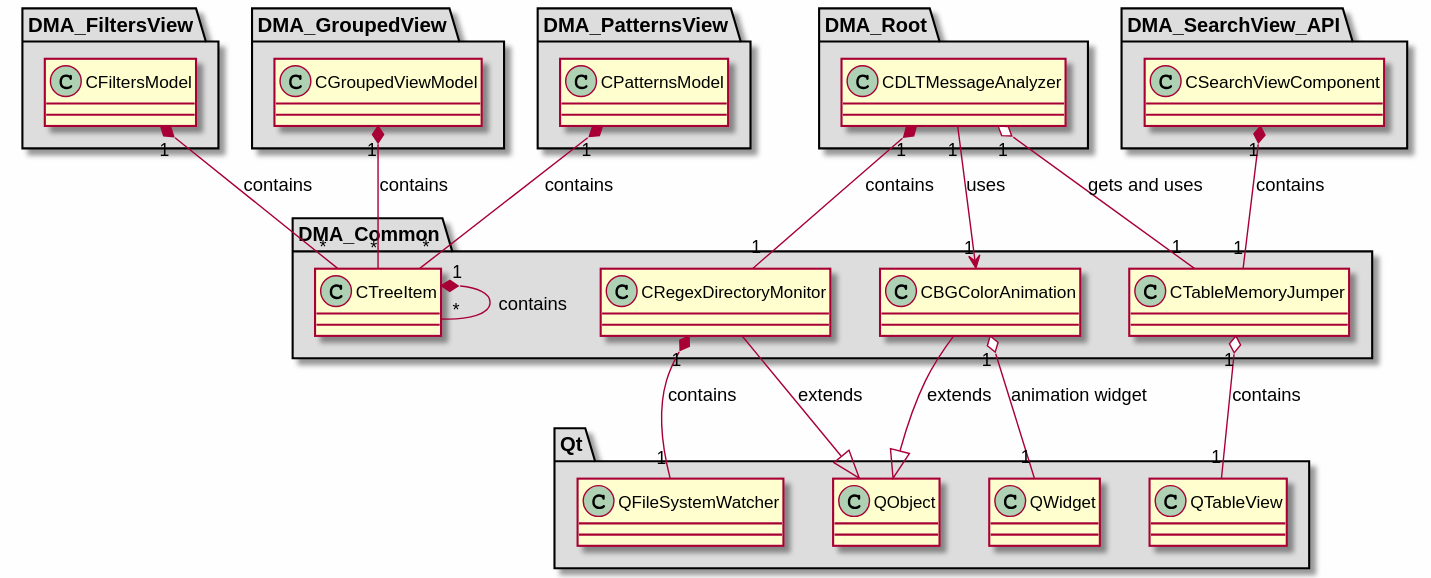
This is md/dev_docs/puml/DMA_Common.svg from svlad-90/DLT-Message-Analyzer, a PlantUML export, as it was before one commit.
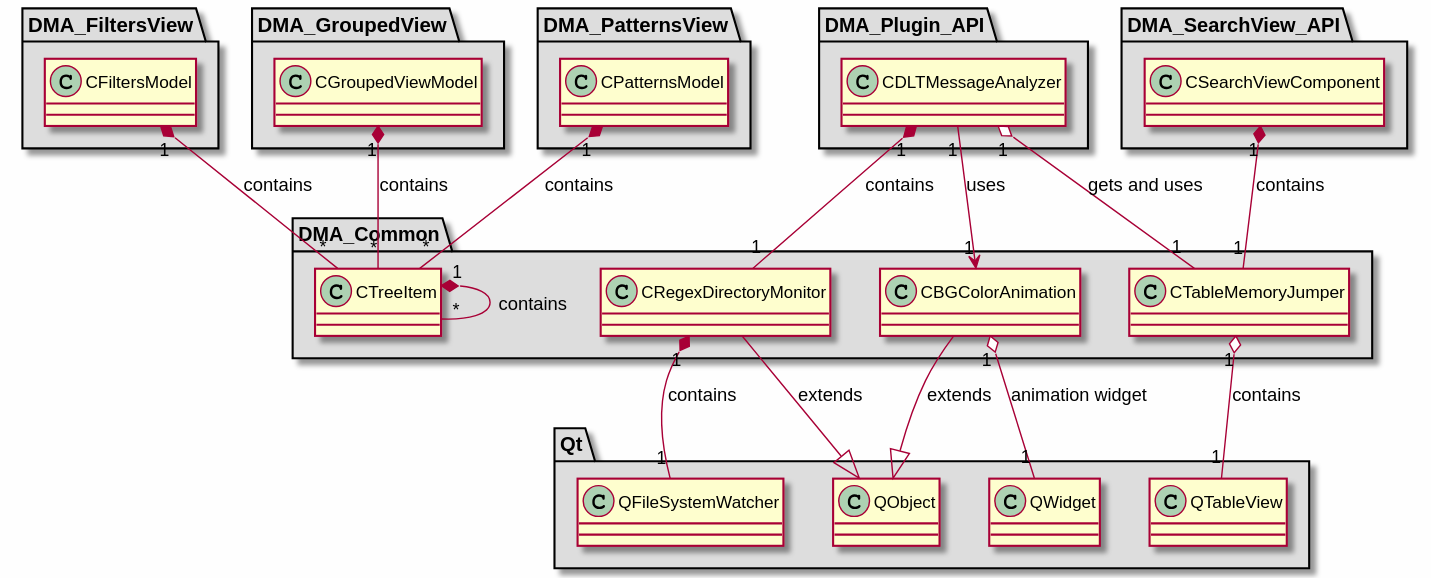
The same diagram one commit later.

The edit, as a diff of the source:
```diff
@@ -50,7 +50,7 @@
 
 }
 
-package "DMA_Root" #DDDDDD
+package "DMA_Plugin_API" #DDDDDD
 {
 
 class "CDLTMessageAnalyzer"
```
